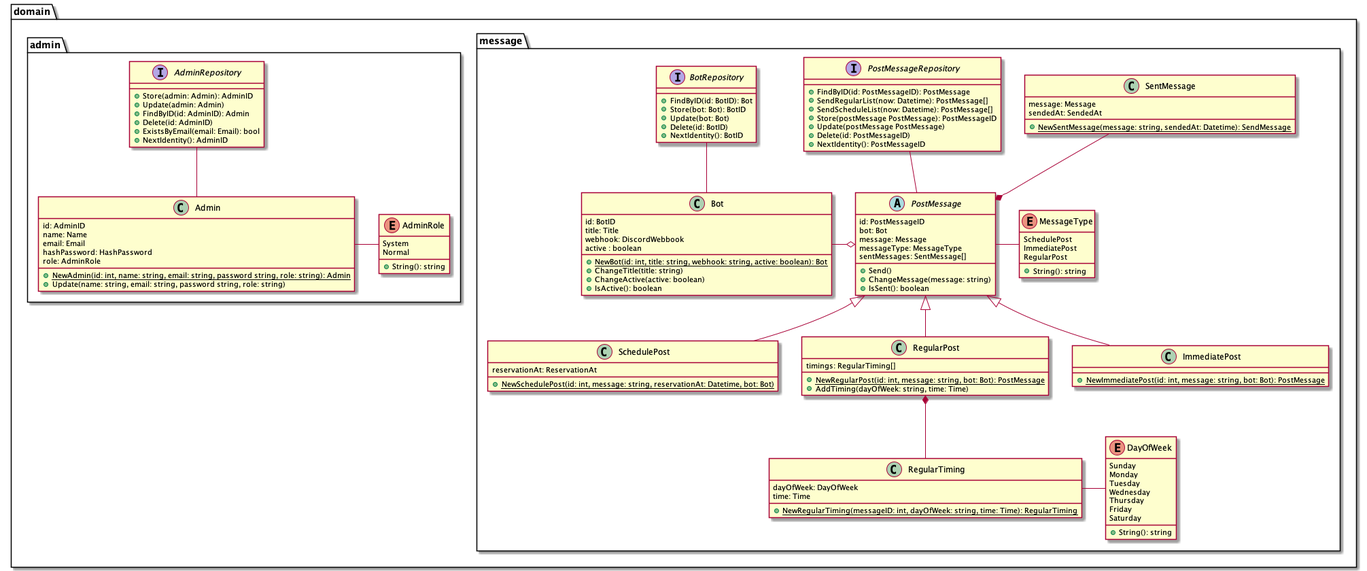
Before: diagram/design/class.png, a diagram exported from PlantUML (takemo101/dc-scheduler).
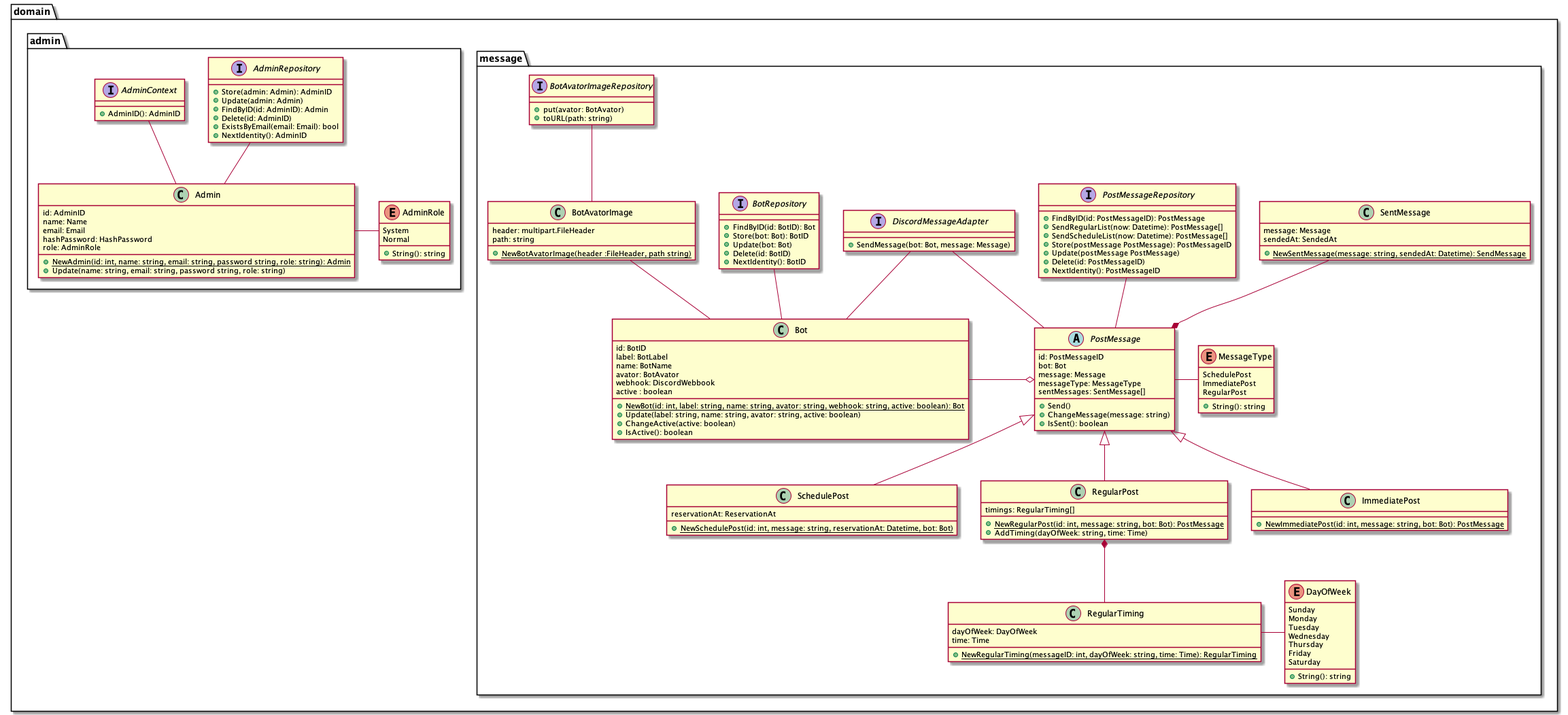
After the change.

Diff of the diagram source:
```diff
@@ -4,13 +4,21 @@
     package message {
         class Bot {
             id: BotID
-            title: Title
+            label: BotLabel
+            name: BotName
+            avator: BotAvator
             webhook: DiscordWebbook
             active : boolean
-            + {static} NewBot(id: int, title: string, webhook: string, active: boolean): Bot
-            + ChangeTitle(title: string)
+            + {static} NewBot(id: int, label: string, name: string, avator: string, webhook: string, active: boolean): Bot
+            + Update(label: string, name: string, avator: string, active: boolean)
             + ChangeActive(active: boolean)
             + IsActive(): boolean
+        }
+
+        class BotAvatorImage {
+            header: multipart.FileHeader
+            path: string
+            + {static} NewBotAvatorImage(header :FileHeader, path string)
         }
 
         abstract PostMessage {
@@ -77,6 +85,11 @@
             + NextIdentity(): BotID
         }
 
+        interface BotAvatorImageRepository {
+            + put(avator: BotAvator)
+            + toURL(path: string)
+        }
+
         interface PostMessageRepository {
             + FindByID(id: PostMessageID): PostMessage
             + SendRegularList(now: Datetime): PostMessage[]
@@ -85,6 +98,10 @@
             + Update(postMessage PostMessage)
             + Delete(id: PostMessageID)
             + NextIdentity(): PostMessageID
+        }
+
+        interface DiscordMessageAdapter {
+            + SendMessage(bot: Bot, message: Message)
         }
     }
 
@@ -113,6 +130,10 @@
             + ExistsByEmail(email: Email): bool
             + NextIdentity(): AdminID
         }
+
+        interface AdminContext {
+            + AdminID(): AdminID
+        }
     }
 }
 
@@ -127,7 +148,13 @@
 Admin - AdminRole
 
 BotRepository -- Bot
+BotAvatorImageRepository -- BotAvatorImage
+BotAvatorImage -- Bot
+DiscordMessageAdapter -- Bot
+DiscordMessageAdapter -- PostMessage
 PostMessageRepository -- PostMessage
 AdminRepository -- Admin
 
+AdminContext -- Admin
+
 @enduml
```
